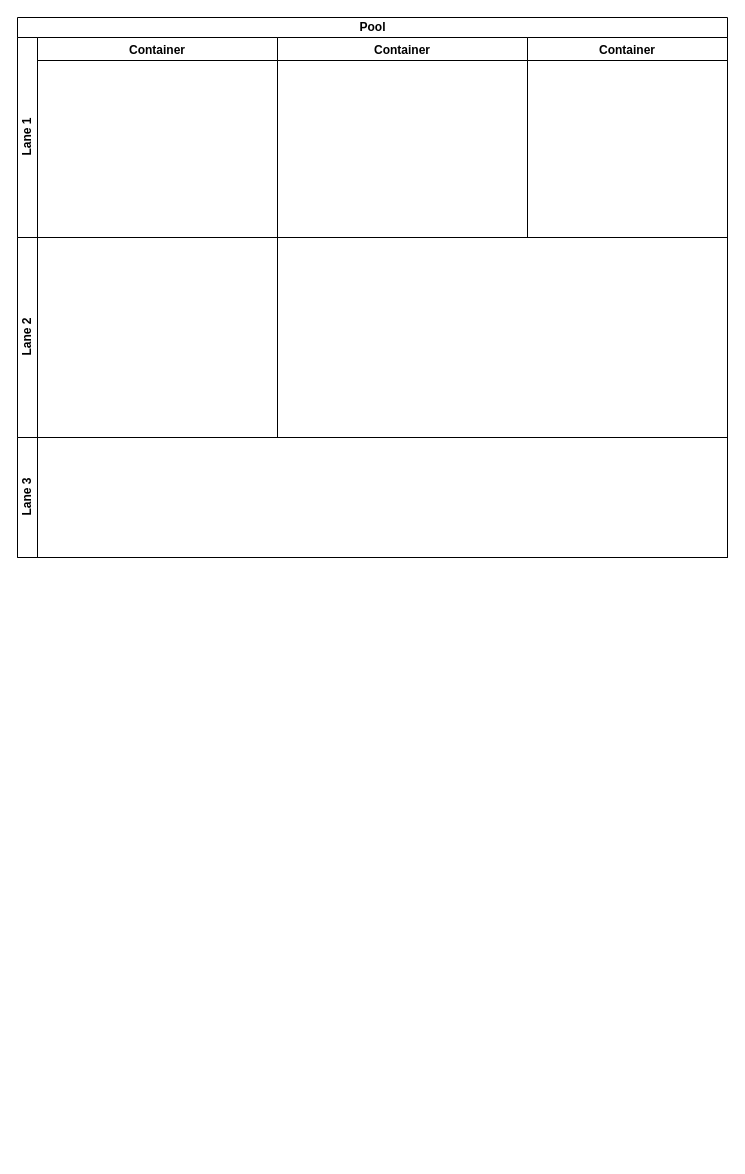
Earlier version of the draw.io diagram 数据分级保护各场景流程图.drawio (hongweilv-whu/flowCharts). Source tidied: cells renumbered, new cells numbered last; positions are measured from the earlier drawing's top-left corner, leaving out a move shared by most shapes. Both pictures are drawn from the tidied source at 100%, with x=0, y=0 at pixel (17, 17).
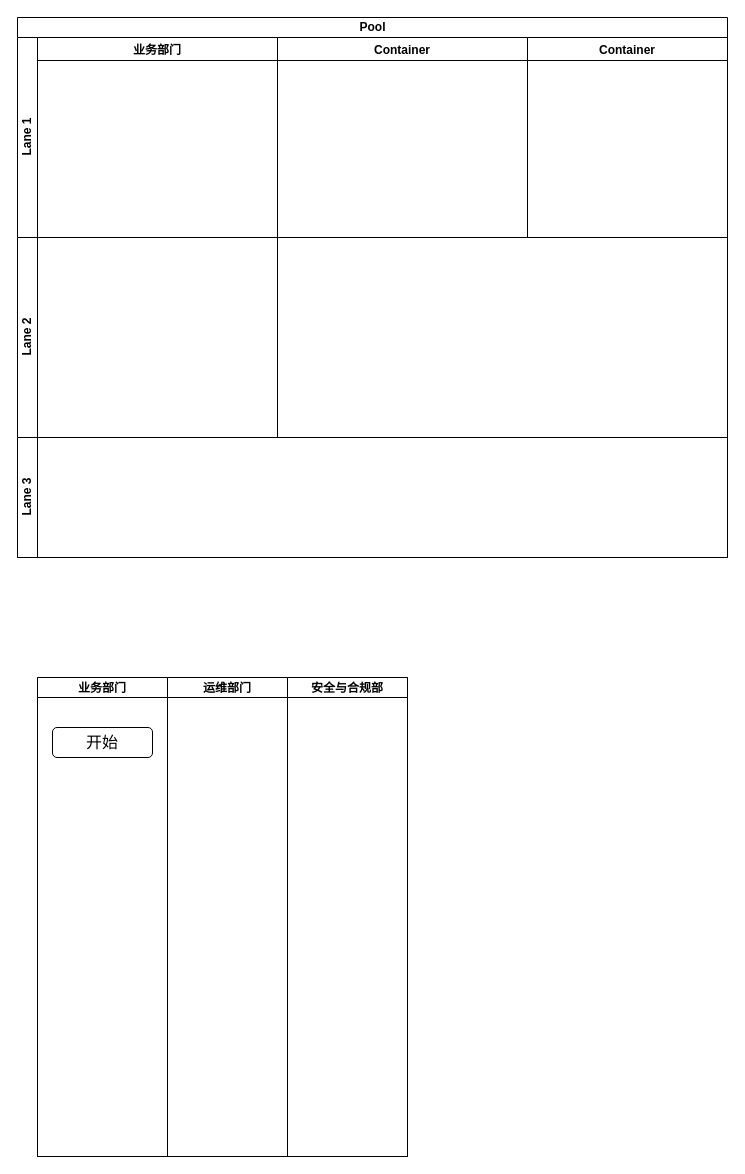
The same diagram, later.

Commit message (it also covers changes not shown here):
更新数据分级保护各场景流程图.drawio

The edit, as a diff of the source:
```diff
@@
 <mxGraphModel>
   <root>
     <mxCell id="0" />
     <mxCell id="1" parent="0" />
     <mxCell id="2" value="Pool" style="swimlane;horizontal=1;startSize=20;html=1;" parent="1" vertex="1">
       <mxGeometry width="710" height="540" as="geometry" />
     </mxCell>
     <mxCell id="3" value="Lane 1" style="swimlane;startSize=20;horizontal=0;html=1;" parent="2" vertex="1">
       <mxGeometry y="20" width="710" height="200" as="geometry" />
     </mxCell>
-    <mxCell id="4" value="Container" style="swimlane;" parent="3" vertex="1">
+    <mxCell id="4" value="业务部门" style="swimlane;" parent="3" vertex="1">
       <mxGeometry x="20" width="240" height="200" as="geometry" />
     </mxCell>
     <mxCell id="5" value="Container" style="swimlane;" parent="3" vertex="1">
       <mxGeometry x="260" width="250" height="200" as="geometry" />
     </mxCell>
     <mxCell id="6" value="Container" style="swimlane;" parent="3" vertex="1">
       <mxGeometry x="510" width="200" height="200" as="geometry" />
     </mxCell>
     <mxCell id="7" value="Lane 2" style="swimlane;startSize=20;horizontal=0;html=1;" parent="2" vertex="1">
       <mxGeometry y="220" width="710" height="200" as="geometry" />
     </mxCell>
     <mxCell id="8" style="swimlane;startSize=0;" parent="7" vertex="1">
       <mxGeometry x="20" width="240" height="200" as="geometry" />
     </mxCell>
     <mxCell id="9" value="Lane 3" style="swimlane;startSize=20;horizontal=0;html=1;" parent="2" vertex="1">
       <mxGeometry y="420" width="710" height="120" as="geometry" />
     </mxCell>
+    <mxCell id="10" style="swimlane;startSize=0;horizontal=0;" parent="1" vertex="1">
+      <mxGeometry x="20" y="660" width="370" height="479" as="geometry" />
+    </mxCell>
+    <mxCell id="11" value="业务部门" style="swimlane;startSize=20;" parent="10" vertex="1">
+      <mxGeometry width="130" height="479" as="geometry" />
+    </mxCell>
+    <mxCell id="12" value="&lt;font style=&quot;font-size: 16px;&quot;&gt;开始&lt;/font&gt;" style="rounded=1;whiteSpace=wrap;html=1;" parent="11" vertex="1">
+      <mxGeometry x="15" y="50" width="100" height="30" as="geometry" />
+    </mxCell>
+    <mxCell id="13" value="运维部门" style="swimlane;startSize=20;" parent="10" vertex="1">
+      <mxGeometry x="130" width="120" height="479" as="geometry" />
+    </mxCell>
+    <mxCell id="14" value="安全与合规部" style="swimlane;startSize=20;" parent="10" vertex="1">
+      <mxGeometry x="250" width="120" height="479" as="geometry" />
+    </mxCell>
   </root>
 </mxGraphModel>
```
